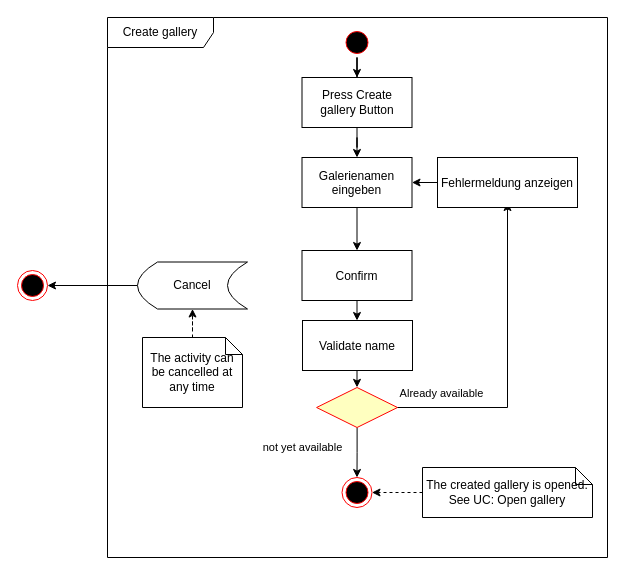
Before: UseCases/UC Create Gallery.drawio in MGuese/tfp-collaboration-platform, a draw.io diagram. Source tidied: cells renumbered, new cells numbered last; positions are measured from the earlier drawing's top-left corner, leaving out a move shared by most shapes. Both pictures are drawn from the tidied source at 100%, with x=0, y=0 at pixel (17, 17).
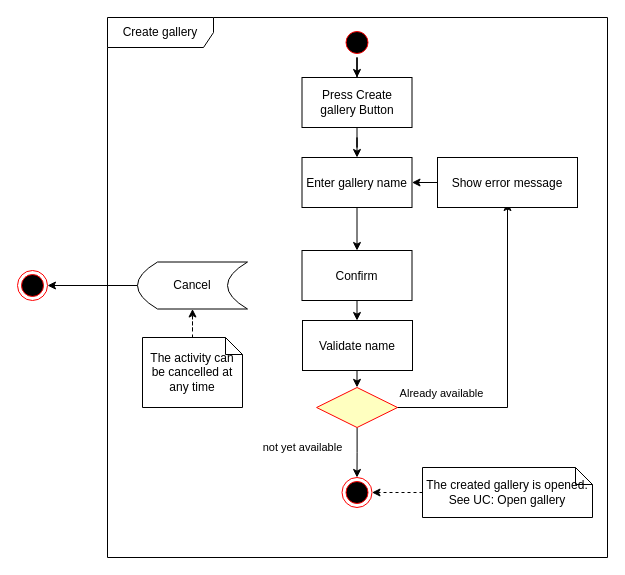
After the change.

Change to the diagram source:
```diff
@@
-    <mxCell id="7" value="Galerienamen &#10;eingeben" parent="1" vertex="1">
+    <mxCell id="7" value="Enter gallery name" parent="1" vertex="1">
       <mxGeometry x="284.5" y="140" width="110" height="50" as="geometry" />
     </mxCell>
@@
-    <mxCell id="23" value="Fehlermeldung anzeigen" parent="1" vertex="1">
+    <mxCell id="23" value="Show error message" parent="1" vertex="1">
       <mxGeometry x="420" y="140" width="140" height="50" as="geometry" />
     </mxCell>
```
